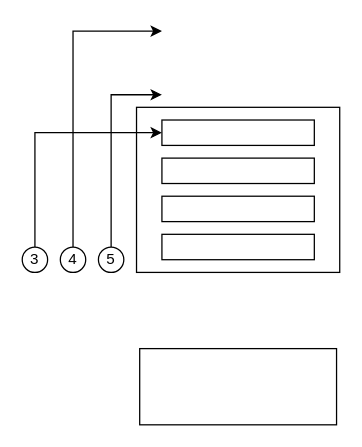
Before: IBRC/IBGDA.drawio in icclBrother/AIinfraDocs, a draw.io diagram. Source tidied: cells renumbered, new cells numbered last; positions are measured from the earlier drawing's top-left corner, leaving out a move shared by most shapes. Both pictures are drawn from the tidied source at 127%, with x=0, y=0 at pixel (22, 30).
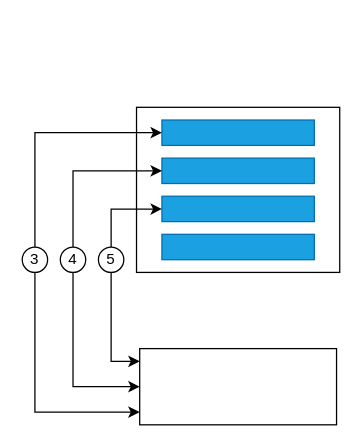
The same page after the edit.

Unchanged cells that the change refers to:
```xml
<mxCell id="7" style="rounded=0;whiteSpace=wrap;html=1;" parent="1" vertex="1">
  <mxGeometry x="92.5" y="250" width="155" height="60" as="geometry" />
</mxCell>
<mxCell id="11" value="3" style="ellipse;whiteSpace=wrap;html=1;" parent="1" vertex="1">
  <mxGeometry y="170" width="20" height="20" as="geometry" />
</mxCell>
<mxCell id="12" value="4" style="ellipse;whiteSpace=wrap;html=1;" parent="1" vertex="1">
  <mxGeometry x="30" y="170" width="20" height="20" as="geometry" />
</mxCell>
<mxCell id="13" value="5" style="ellipse;whiteSpace=wrap;html=1;" parent="1" vertex="1">
  <mxGeometry x="60" y="170" width="20" height="20" as="geometry" />
</mxCell>
```

Change to the diagram source:
```diff
@@
-    <mxCell id="3" style="rounded=0;whiteSpace=wrap;html=1;" parent="1" vertex="1">
+    <mxCell id="3" style="rounded=0;whiteSpace=wrap;html=1;fillColor=#1ba1e2;fontColor=#ffffff;strokeColor=#006EAF;" parent="1" vertex="1">
       <mxGeometry x="110" y="70" width="120" height="20" as="geometry" />
     </mxCell>
-    <mxCell id="4" style="rounded=0;whiteSpace=wrap;html=1;" parent="1" vertex="1">
+    <mxCell id="4" style="rounded=0;whiteSpace=wrap;html=1;fillColor=#1ba1e2;fontColor=#ffffff;strokeColor=#006EAF;" parent="1" vertex="1">
       <mxGeometry x="110" y="100" width="120" height="20" as="geometry" />
     </mxCell>
-    <mxCell id="5" style="rounded=0;whiteSpace=wrap;html=1;" parent="1" vertex="1">
+    <mxCell id="5" style="rounded=0;whiteSpace=wrap;html=1;fillColor=#1ba1e2;fontColor=#ffffff;strokeColor=#006EAF;" parent="1" vertex="1">
       <mxGeometry x="110" y="130" width="120" height="20" as="geometry" />
     </mxCell>
-    <mxCell id="6" style="rounded=0;whiteSpace=wrap;html=1;" parent="1" vertex="1">
+    <mxCell id="6" style="rounded=0;whiteSpace=wrap;html=1;fillColor=#1ba1e2;fontColor=#ffffff;strokeColor=#006EAF;" parent="1" vertex="1">
       <mxGeometry x="110" y="160" width="120" height="20" as="geometry" />
     </mxCell>
@@
     <mxCell id="9" style="edgeStyle=orthogonalEdgeStyle;rounded=0;orthogonalLoop=1;jettySize=auto;html=1;entryX=0;entryY=0.5;entryDx=0;entryDy=0;" parent="1" edge="1">
       <mxGeometry relative="1" as="geometry">
-        <mxPoint x="40" y="60" as="sourcePoint" />
-        <mxPoint x="110" as="targetPoint" />
+        <mxPoint x="40" y="170" as="sourcePoint" />
+        <mxPoint x="110" y="110" as="targetPoint" />
         <Array as="points">
-          <mxPoint x="40" y="170" />
-          <mxPoint x="40" />
+          <mxPoint x="40" y="110" />
         </Array>
       </mxGeometry>
     </mxCell>
     <mxCell id="10" style="edgeStyle=orthogonalEdgeStyle;rounded=0;orthogonalLoop=1;jettySize=auto;html=1;entryX=0;entryY=0.5;entryDx=0;entryDy=0;" parent="1" edge="1">
       <mxGeometry relative="1" as="geometry">
-        <mxPoint x="70" y="80" as="sourcePoint" />
-        <mxPoint x="110" y="50.1" as="targetPoint" />
+        <mxPoint x="70" y="170" as="sourcePoint" />
+        <mxPoint x="110" y="140.1" as="targetPoint" />
         <Array as="points">
-          <mxPoint x="70" y="170" />
-          <mxPoint x="70" y="50" />
+          <mxPoint x="70" y="140" />
         </Array>
       </mxGeometry>
     </mxCell>
+    <mxCell id="14" style="edgeStyle=orthogonalEdgeStyle;rounded=0;jettySize=auto;html=1;" parent="1" edge="1" source="11" target="7">
+      <mxGeometry relative="1" as="geometry">
+        <Array as="points">
+          <mxPoint x="10" y="300" />
+        </Array>
+      </mxGeometry>
+    </mxCell>
@@
+    <mxCell id="15" style="edgeStyle=orthogonalEdgeStyle;rounded=0;jettySize=auto;html=1;entryX=0;entryY=0.5;entryDx=0;entryDy=0;" parent="1" edge="1" source="12" target="7">
+      <mxGeometry relative="1" as="geometry">
+        <Array as="points">
+          <mxPoint x="40" y="280" />
+        </Array>
+      </mxGeometry>
+    </mxCell>
@@
+    <mxCell id="16" style="edgeStyle=orthogonalEdgeStyle;rounded=0;jettySize=auto;html=1;" parent="1" edge="1" source="13" target="7">
+      <mxGeometry relative="1" as="geometry">
+        <Array as="points">
+          <mxPoint x="70" y="260" />
+        </Array>
+      </mxGeometry>
+    </mxCell>
```
